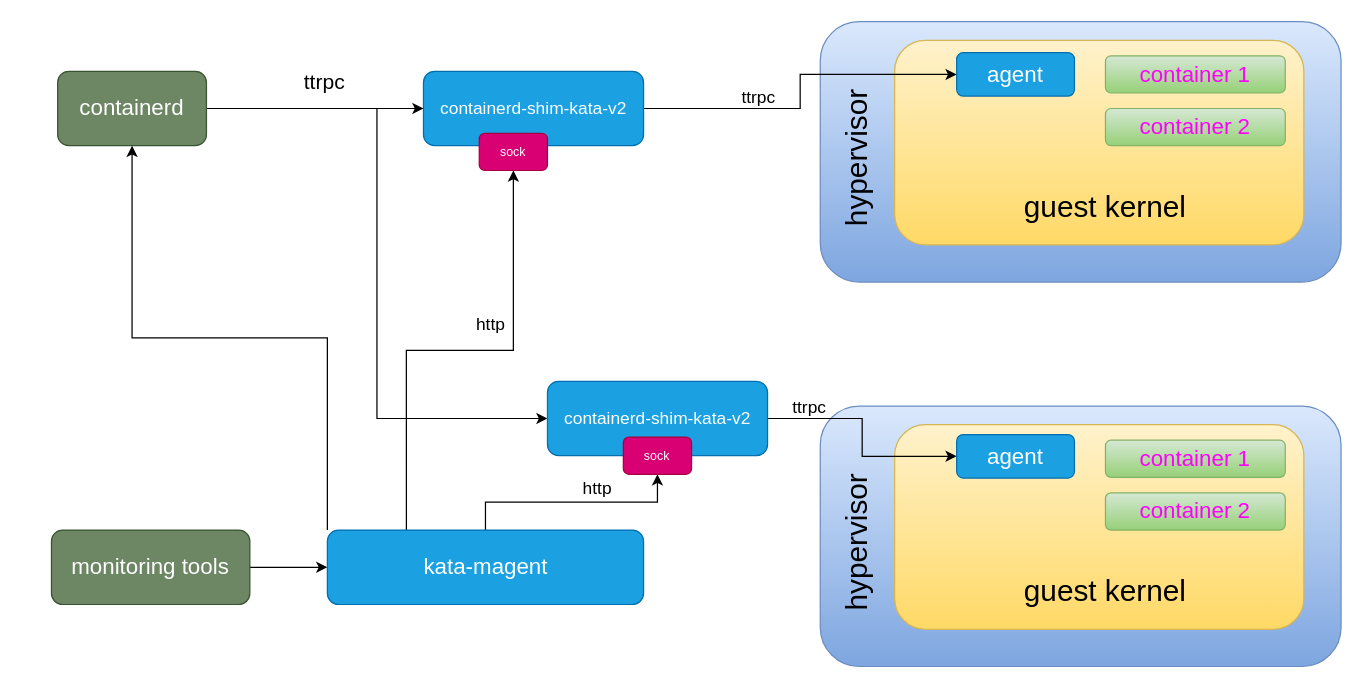
Before: design/arch-images/kata-2-metrics.drawio in kata-containers/documentation, a draw.io diagram. Source tidied: cells renumbered, new cells numbered last; positions are measured from the earlier drawing's top-left corner, leaving out a move shared by most shapes. Both pictures are drawn from the tidied source at 124%, with x=0, y=0 at pixel (51, 21).
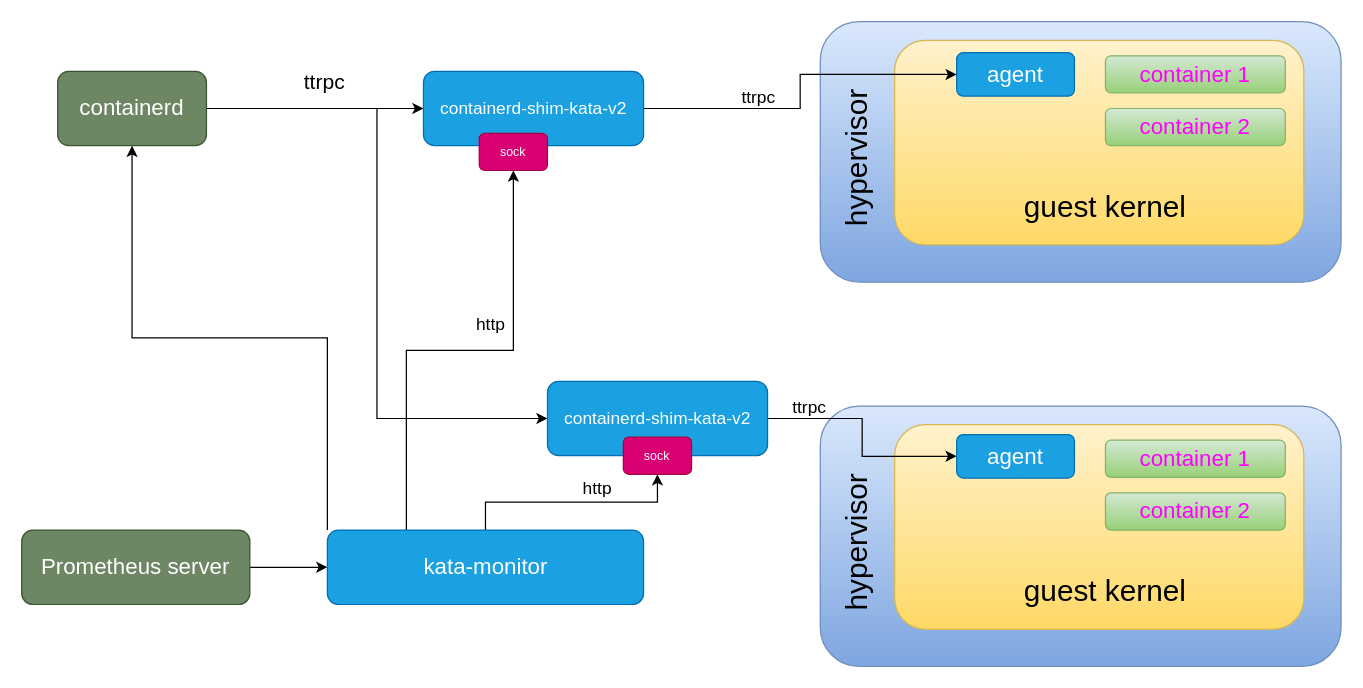
The same diagram, later.

Change to the diagram source:
```diff
@@
-    <mxCell id="13" value="monitoring tools" style="rounded=1;whiteSpace=wrap;html=1;fontSize=18;fillColor=#6d8764;strokeColor=#3A5431;fontColor=#ffffff;" parent="1" vertex="1">
-      <mxGeometry y="410" width="160" height="60" as="geometry" />
+    <mxCell id="13" value="Prometheus server" style="rounded=1;whiteSpace=wrap;html=1;fontSize=18;fillColor=#6d8764;strokeColor=#3A5431;fontColor=#ffffff;" parent="1" vertex="1">
+      <mxGeometry x="-24" y="410" width="184" height="60" as="geometry" />
     </mxCell>
@@
-    <mxCell id="18" value="kata-magent" style="rounded=1;whiteSpace=wrap;html=1;fontSize=18;fillColor=#1ba1e2;strokeColor=#006EAF;fontColor=#ffffff;" parent="1" vertex="1">
+    <mxCell id="18" value="kata-monitor" style="rounded=1;whiteSpace=wrap;html=1;fontSize=18;fillColor=#1ba1e2;strokeColor=#006EAF;fontColor=#ffffff;" parent="1" vertex="1">
       <mxGeometry x="222.5" y="410" width="255" height="60" as="geometry" />
     </mxCell>
```
